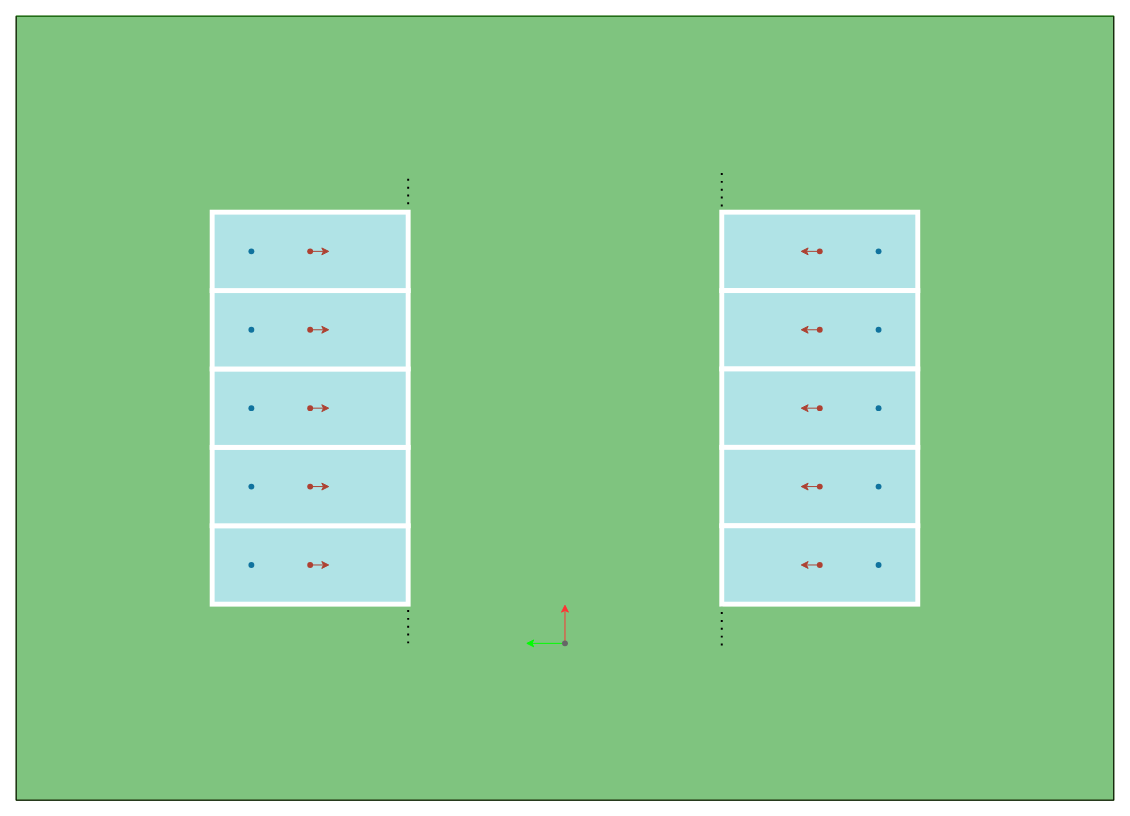
Above: page "left_right_5x5_parkingSpace_bgGray" (4 of 5) of APA_PATH/20220227_7502_ros_simu_env_parkinglot.assets/ros_sim_env_parkinglot_scenarios.drawio in codeBeefFly/DocsCollection (draw.io), before the change. Source tidied: cells renumbered, new cells numbered last; positions are measured from the earlier drawing's top-left corner, leaving out a move shared by most shapes. Both pictures are drawn from the tidied source at 98%, with x=0, y=0 at pixel (16, 16).
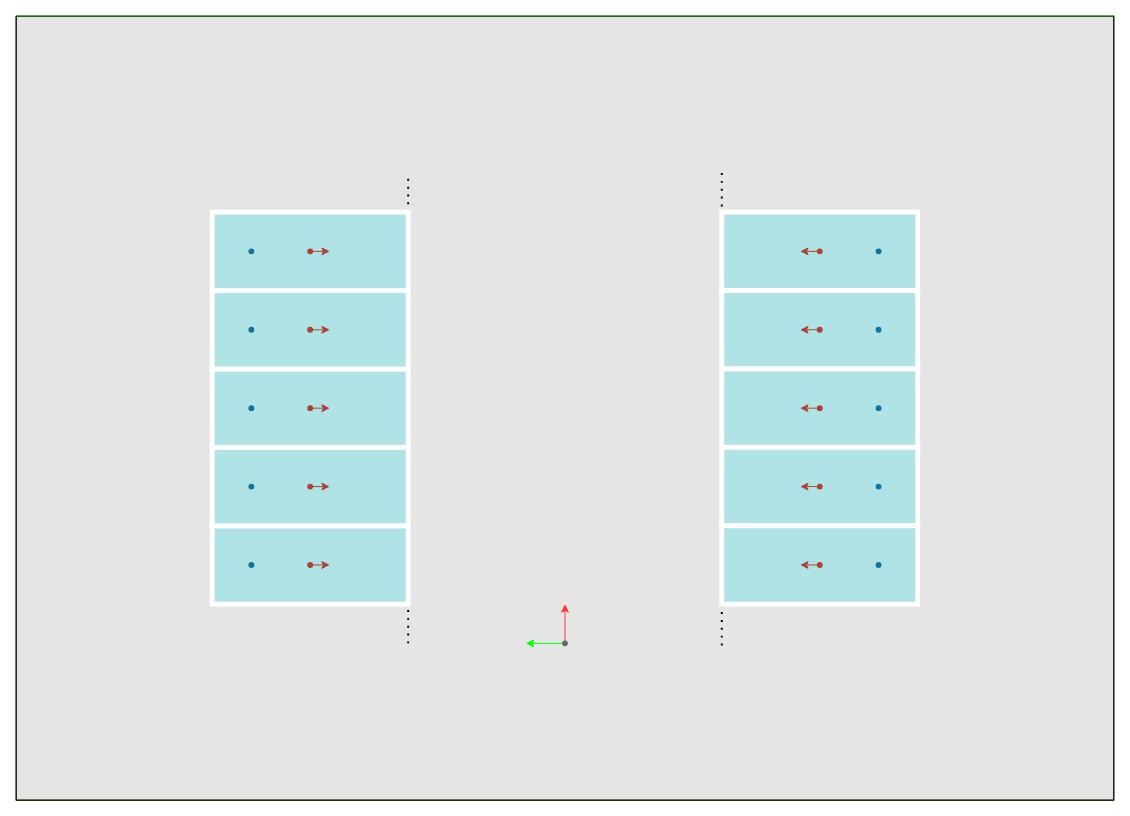
After the change.

The edit, as a diff of the source:
```diff
@@
-    <mxCell id="2" style="group;fillColor=#008a00;strokeColor=#FFFFFF;opacity=50;fontColor=#ffffff;" parent="1" vertex="1">
+    <mxCell id="2" style="group;fillColor=#CCCCCC;strokeColor=#36393d;opacity=50;" parent="1" vertex="1">
       <mxGeometry width="1120" height="800" as="geometry" />
     </mxCell>
```
